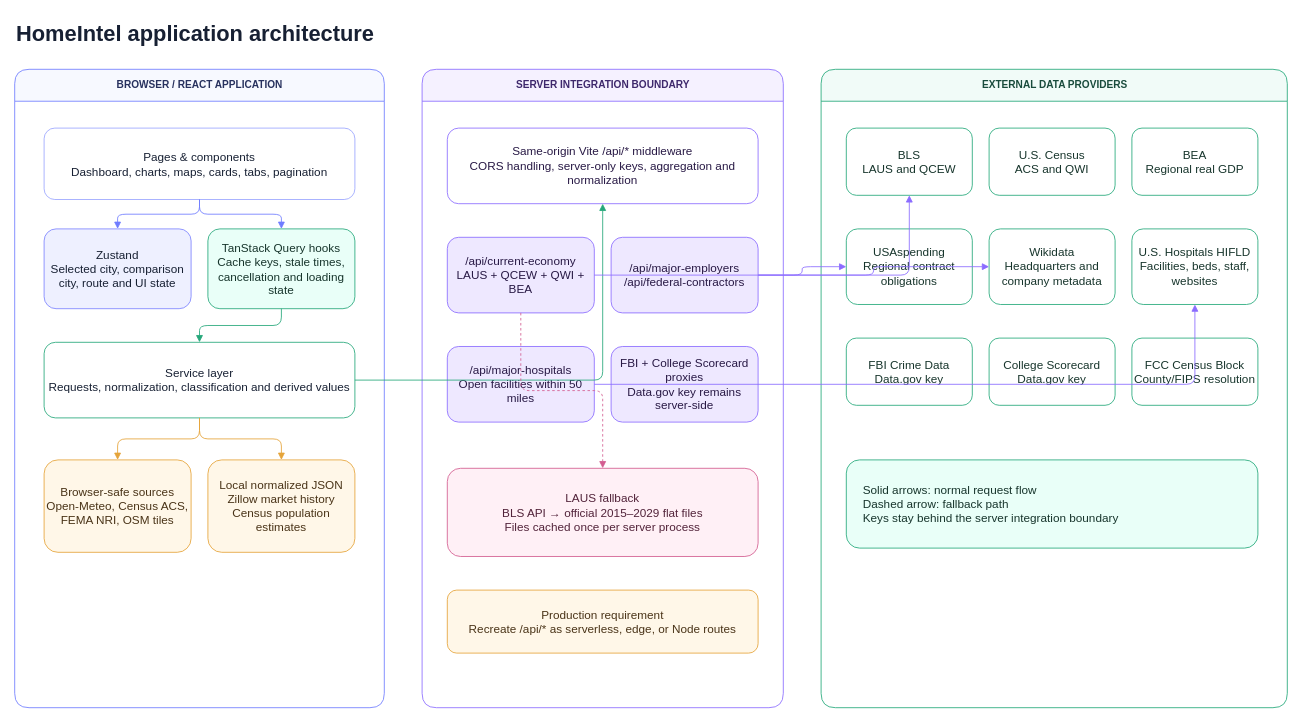
The draw.io diagram docs/homeintel-architecture.drawio in Ethanlloyd21/homeIntel, before the edit. Source tidied: cells renumbered, new cells numbered last; positions are measured from the earlier drawing's top-left corner, leaving out a move shared by most shapes. Both pictures are drawn from the tidied source at 84%, with x=0, y=0 at pixel (14, 14).
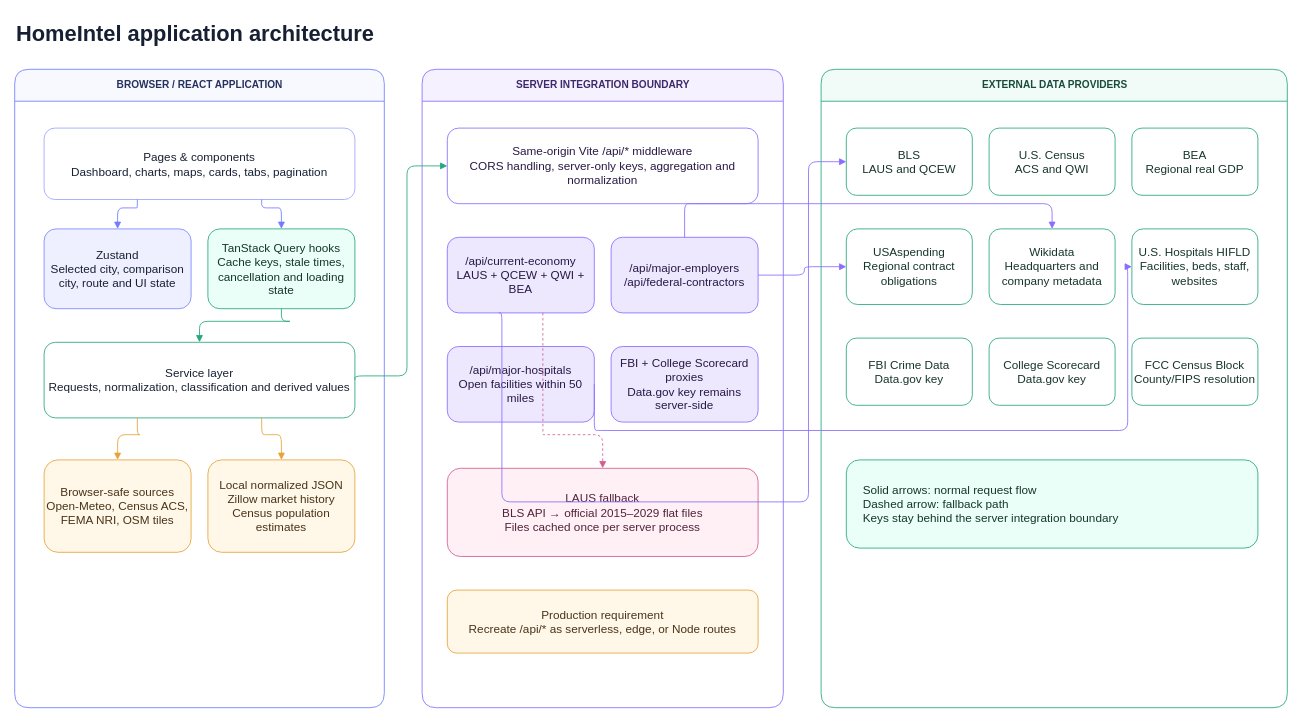
Above is the later version.

The change refers to these unchanged cells:
```xml
<mxCell id="4" value="Pages &amp; components&#10;Dashboard, charts, maps, cards, tabs, pagination" style="rounded=1;whiteSpace=wrap;html=1;fillColor=#ffffff;strokeColor=#9aa5ff;fontColor=#172033;fontSize=14;" parent="3" vertex="1">
  <mxGeometry x="35" y="70" width="370" height="85" as="geometry" />
</mxCell>
<mxCell id="5" value="Zustand&#10;Selected city, comparison city, route and UI state" style="rounded=1;whiteSpace=wrap;html=1;fillColor=#eef0ff;strokeColor=#7c83ff;fontColor=#172033;fontSize=14;" parent="3" vertex="1">
  <mxGeometry x="35" y="190" width="175" height="95" as="geometry" />
</mxCell>
<mxCell id="6" value="TanStack Query hooks&#10;Cache keys, stale times, cancellation and loading state" style="rounded=1;whiteSpace=wrap;html=1;fillColor=#e9fff8;strokeColor=#25a77a;fontColor=#17352c;fontSize=14;" parent="3" vertex="1">
  <mxGeometry x="230" y="190" width="175" height="95" as="geometry" />
</mxCell>
<mxCell id="7" value="Service layer&#10;Requests, normalization, classification and derived values" style="rounded=1;whiteSpace=wrap;html=1;fillColor=#ffffff;strokeColor=#25a77a;fontColor=#172033;fontSize=14;" parent="3" vertex="1">
  <mxGeometry x="35" y="325" width="370" height="90" as="geometry" />
</mxCell>
<mxCell id="8" value="Browser-safe sources&#10;Open-Meteo, Census ACS, FEMA NRI, OSM tiles" style="rounded=1;whiteSpace=wrap;html=1;fillColor=#fff7e8;strokeColor=#e5a43a;fontColor=#493317;fontSize=14;" parent="3" vertex="1">
  <mxGeometry x="35" y="465" width="175" height="110" as="geometry" />
</mxCell>
<mxCell id="9" value="Local normalized JSON&#10;Zillow market history&#10;Census population estimates" style="rounded=1;whiteSpace=wrap;html=1;fillColor=#fff7e8;strokeColor=#e5a43a;fontColor=#493317;fontSize=14;" parent="3" vertex="1">
  <mxGeometry x="230" y="465" width="175" height="110" as="geometry" />
</mxCell>
<mxCell id="11" value="Same-origin Vite /api/* middleware&#10;CORS handling, server-only keys, aggregation and normalization" style="rounded=1;whiteSpace=wrap;html=1;fillColor=#ffffff;strokeColor=#8b6cff;fontColor=#281945;fontSize=14;" parent="10" vertex="1">
  <mxGeometry x="30" y="70" width="370" height="90" as="geometry" />
</mxCell>
<mxCell id="12" value="/api/current-economy&#10;LAUS + QCEW + QWI + BEA" style="rounded=1;whiteSpace=wrap;html=1;fillColor=#eee8ff;strokeColor=#8b6cff;fontColor=#281945;fontSize=14;" parent="10" vertex="1">
  <mxGeometry x="30" y="200" width="175" height="90" as="geometry" />
</mxCell>
<mxCell id="13" value="/api/major-employers&#10;/api/federal-contractors" style="rounded=1;whiteSpace=wrap;html=1;fillColor=#eee8ff;strokeColor=#8b6cff;fontColor=#281945;fontSize=14;" parent="10" vertex="1">
  <mxGeometry x="225" y="200" width="175" height="90" as="geometry" />
</mxCell>
<mxCell id="14" value="/api/major-hospitals&#10;Open facilities within 50 miles" style="rounded=1;whiteSpace=wrap;html=1;fillColor=#eee8ff;strokeColor=#8b6cff;fontColor=#281945;fontSize=14;" parent="10" vertex="1">
  <mxGeometry x="30" y="330" width="175" height="90" as="geometry" />
</mxCell>
<mxCell id="16" value="LAUS fallback&#10;BLS API → official 2015–2029 flat files&#10;Files cached once per server process" style="rounded=1;whiteSpace=wrap;html=1;fillColor=#fff0f6;strokeColor=#d35d91;fontColor=#52233a;fontSize=14;" parent="10" vertex="1">
  <mxGeometry x="30" y="475" width="370" height="105" as="geometry" />
</mxCell>
<mxCell id="19" value="BLS&#10;LAUS and QCEW" style="rounded=1;whiteSpace=wrap;html=1;fillColor=#ffffff;strokeColor=#24a87a;fontColor=#17352c;fontSize=14;" parent="18" vertex="1">
  <mxGeometry x="30" y="70" width="150" height="80" as="geometry" />
</mxCell>
<mxCell id="22" value="USAspending&#10;Regional contract obligations" style="rounded=1;whiteSpace=wrap;html=1;fillColor=#ffffff;strokeColor=#24a87a;fontColor=#17352c;fontSize=14;" parent="18" vertex="1">
  <mxGeometry x="30" y="190" width="150" height="90" as="geometry" />
</mxCell>
<mxCell id="23" value="Wikidata&#10;Headquarters and company metadata" style="rounded=1;whiteSpace=wrap;html=1;fillColor=#ffffff;strokeColor=#24a87a;fontColor=#17352c;fontSize=14;" parent="18" vertex="1">
  <mxGeometry x="200" y="190" width="150" height="90" as="geometry" />
</mxCell>
<mxCell id="24" value="U.S. Hospitals HIFLD&#10;Facilities, beds, staff, websites" style="rounded=1;whiteSpace=wrap;html=1;fillColor=#ffffff;strokeColor=#24a87a;fontColor=#17352c;fontSize=14;" parent="18" vertex="1">
  <mxGeometry x="370" y="190" width="150" height="90" as="geometry" />
</mxCell>
```

Diff of the diagram source:
```diff
@@
-    <mxCell id="29" style="edgeStyle=orthogonalEdgeStyle;rounded=1;html=1;strokeColor=#6f7cff;endArrow=block;" parent="1" edge="1" source="4" target="6">
-      <mxGeometry relative="1" as="geometry" />
+    <mxCell id="29" style="edgeStyle=orthogonalEdgeStyle;rounded=1;html=1;strokeColor=#6f7cff;endArrow=block;exitX=0.3;exitY=1;entryX=0.5;entryY=0;" parent="1" edge="1" source="4" target="5">
+      <mxGeometry relative="1" as="geometry">
+        <Array as="points">
+          <mxPoint x="145" y="230" />
+          <mxPoint x="120" y="230" />
+        </Array>
+      </mxGeometry>
     </mxCell>
-    <mxCell id="30" style="edgeStyle=orthogonalEdgeStyle;rounded=1;html=1;strokeColor=#6f7cff;endArrow=block;" parent="1" edge="1" source="4" target="5">
-      <mxGeometry relative="1" as="geometry" />
+    <mxCell id="30" style="edgeStyle=orthogonalEdgeStyle;rounded=1;html=1;strokeColor=#6f7cff;endArrow=block;exitX=0.7;exitY=1;entryX=0.5;entryY=0;" parent="1" edge="1" source="4" target="6">
+      <mxGeometry relative="1" as="geometry">
+        <Array as="points">
+          <mxPoint x="305" y="230" />
+          <mxPoint x="330" y="230" />
+        </Array>
+      </mxGeometry>
     </mxCell>
-    <mxCell id="31" style="edgeStyle=orthogonalEdgeStyle;rounded=1;html=1;strokeColor=#25a77a;endArrow=block;" parent="1" edge="1" source="6" target="7">
-      <mxGeometry relative="1" as="geometry" />
+    <mxCell id="31" style="edgeStyle=orthogonalEdgeStyle;rounded=1;html=1;strokeColor=#25a77a;endArrow=block;exitX=0.5;exitY=1;entryX=0.5;entryY=0;" parent="1" edge="1" source="6" target="7">
+      <mxGeometry relative="1" as="geometry">
+        <Array as="points">
+          <mxPoint x="330" y="365" />
+          <mxPoint x="225" y="365" />
+        </Array>
+      </mxGeometry>
     </mxCell>
-    <mxCell id="32" style="edgeStyle=orthogonalEdgeStyle;rounded=1;html=1;strokeColor=#25a77a;endArrow=block;" parent="1" edge="1" source="7" target="11">
-      <mxGeometry relative="1" as="geometry" />
+    <mxCell id="32" style="edgeStyle=orthogonalEdgeStyle;rounded=1;html=1;strokeColor=#25a77a;endArrow=block;exitX=1;exitY=0.5;entryX=0;entryY=0.5;" parent="1" edge="1" source="7" target="11">
+      <mxGeometry relative="1" as="geometry">
+        <Array as="points">
+          <mxPoint x="467" y="430" />
+          <mxPoint x="467" y="180" />
+        </Array>
+      </mxGeometry>
     </mxCell>
-    <mxCell id="33" style="edgeStyle=orthogonalEdgeStyle;rounded=1;html=1;strokeColor=#e5a43a;endArrow=block;" parent="1" edge="1" source="7" target="8">
-      <mxGeometry relative="1" as="geometry" />
+    <mxCell id="33" style="edgeStyle=orthogonalEdgeStyle;rounded=1;html=1;strokeColor=#e5a43a;endArrow=block;exitX=0.3;exitY=1;entryX=0.5;entryY=0;" parent="1" edge="1" source="7" target="8">
+      <mxGeometry relative="1" as="geometry">
+        <Array as="points">
+          <mxPoint x="150" y="500" />
+          <mxPoint x="120" y="500" />
+        </Array>
+      </mxGeometry>
     </mxCell>
-    <mxCell id="34" style="edgeStyle=orthogonalEdgeStyle;rounded=1;html=1;strokeColor=#e5a43a;endArrow=block;" parent="1" edge="1" source="7" target="9">
-      <mxGeometry relative="1" as="geometry" />
+    <mxCell id="34" style="edgeStyle=orthogonalEdgeStyle;rounded=1;html=1;strokeColor=#e5a43a;endArrow=block;exitX=0.7;exitY=1;entryX=0.5;entryY=0;" parent="1" edge="1" source="7" target="9">
+      <mxGeometry relative="1" as="geometry">
+        <Array as="points">
+          <mxPoint x="300" y="500" />
+          <mxPoint x="330" y="500" />
+        </Array>
+      </mxGeometry>
     </mxCell>
-    <mxCell id="35" style="edgeStyle=orthogonalEdgeStyle;rounded=1;html=1;strokeColor=#8b6cff;endArrow=block;" parent="1" edge="1" source="12" target="19">
-      <mxGeometry relative="1" as="geometry" />
+    <mxCell id="35" style="edgeStyle=orthogonalEdgeStyle;rounded=1;html=1;strokeColor=#8b6cff;endArrow=block;exitX=0.35;exitY=1;entryX=0;entryY=0.5;" parent="1" edge="1" source="12" target="19">
+      <mxGeometry relative="1" as="geometry">
+        <Array as="points">
+          <mxPoint x="580" y="580" />
+          <mxPoint x="945" y="580" />
+          <mxPoint x="945" y="175" />
+        </Array>
+      </mxGeometry>
     </mxCell>
-    <mxCell id="36" style="edgeStyle=orthogonalEdgeStyle;rounded=1;html=1;strokeColor=#8b6cff;endArrow=block;" parent="1" edge="1" source="13" target="22">
-      <mxGeometry relative="1" as="geometry" />
+    <mxCell id="36" style="edgeStyle=orthogonalEdgeStyle;rounded=1;html=1;strokeColor=#8b6cff;endArrow=block;exitX=1;exitY=0.5;entryX=0;entryY=0.5;" parent="1" edge="1" source="13" target="22">
+      <mxGeometry relative="1" as="geometry">
+        <Array as="points">
+          <mxPoint x="940" y="310" />
+        </Array>
+      </mxGeometry>
     </mxCell>
-    <mxCell id="37" style="edgeStyle=orthogonalEdgeStyle;rounded=1;html=1;strokeColor=#8b6cff;endArrow=block;" parent="1" edge="1" source="13" target="23">
-      <mxGeometry relative="1" as="geometry" />
+    <mxCell id="37" style="edgeStyle=orthogonalEdgeStyle;rounded=1;html=1;strokeColor=#8b6cff;endArrow=block;exitX=0.5;exitY=0;entryX=0.5;entryY=0;" parent="1" edge="1" source="13" target="23">
+      <mxGeometry relative="1" as="geometry">
+        <Array as="points">
+          <mxPoint x="805" y="225" />
+          <mxPoint x="1240" y="225" />
+        </Array>
+      </mxGeometry>
     </mxCell>
-    <mxCell id="38" style="edgeStyle=orthogonalEdgeStyle;rounded=1;html=1;strokeColor=#8b6cff;endArrow=block;" parent="1" edge="1" source="14" target="24">
-      <mxGeometry relative="1" as="geometry" />
+    <mxCell id="38" style="edgeStyle=orthogonalEdgeStyle;rounded=1;html=1;strokeColor=#8b6cff;endArrow=block;exitX=1;exitY=0.5;entryX=0;entryY=0.5;" parent="1" edge="1" source="14" target="24">
+      <mxGeometry relative="1" as="geometry">
+        <Array as="points">
+          <mxPoint x="695" y="495" />
+          <mxPoint x="1325" y="495" />
+          <mxPoint x="1325" y="310" />
+        </Array>
+      </mxGeometry>
     </mxCell>
-    <mxCell id="39" style="edgeStyle=orthogonalEdgeStyle;rounded=1;html=1;strokeColor=#d35d91;dashed=1;endArrow=block;" parent="1" edge="1" source="12" target="16">
-      <mxGeometry relative="1" as="geometry" />
+    <mxCell id="39" style="edgeStyle=orthogonalEdgeStyle;rounded=1;html=1;strokeColor=#d35d91;dashed=1;endArrow=block;exitX=0.65;exitY=1;entryX=0.5;entryY=0;" parent="1" edge="1" source="12" target="16">
+      <mxGeometry relative="1" as="geometry">
+        <Array as="points">
+          <mxPoint x="630" y="500" />
+          <mxPoint x="705" y="500" />
+        </Array>
+      </mxGeometry>
     </mxCell>
```
